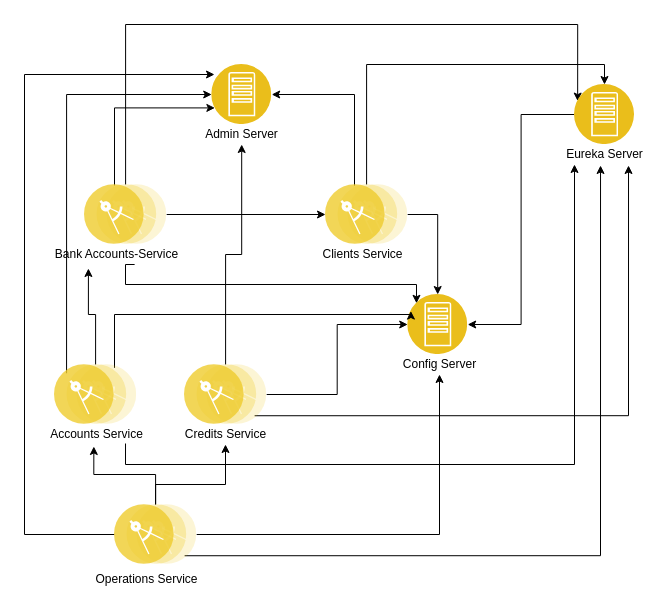
Earlier version of the draw.io diagram SolutionDiagram.drawio (DDMonzonUrrutia/bancking-diagrams). Source tidied: cells renumbered, new cells numbered last; positions are measured from the earlier drawing's top-left corner, leaving out a move shared by most shapes. Both pictures are drawn from the tidied source at 100%, with x=0, y=0 at pixel (24, 24).
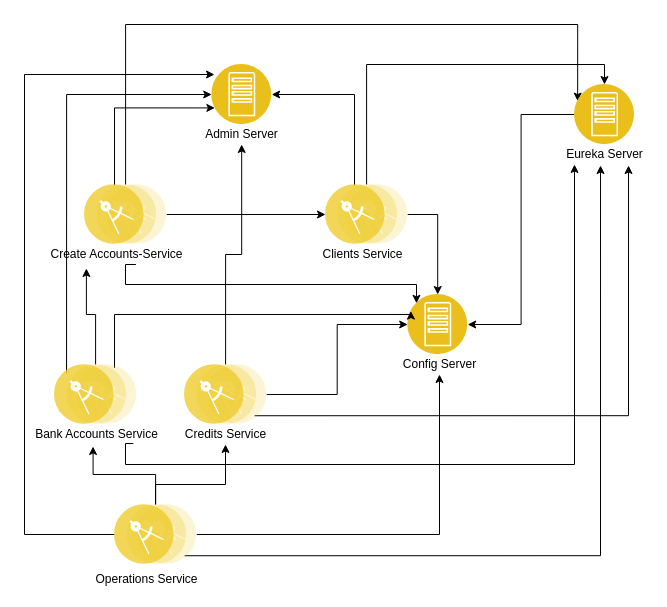
The same diagram, later.

Diff of the diagram source:
```diff
@@
-    <mxCell id="33" value="Bank Accounts-Service" style="text;html=1;align=center;verticalAlign=middle;points=[];strokeColor=none;" parent="1" vertex="1">
-      <mxGeometry x="22.2" y="220" width="140" height="20" as="geometry" />
+    <mxCell id="33" value="Create Accounts-Service" style="text;html=1;align=center;verticalAlign=middle;points=[];strokeColor=none;" parent="1" vertex="1">
+      <mxGeometry x="17.2" y="220" width="150" height="20" as="geometry" />
     </mxCell>
@@
-    <mxCell id="36" value="Accounts Service" style="text;html=1;align=center;verticalAlign=middle;points=[];strokeColor=none;" parent="1" vertex="1">
-      <mxGeometry x="17.2" y="400" width="110" height="20" as="geometry" />
+    <mxCell id="36" value="Bank Accounts Service" style="text;html=1;align=center;verticalAlign=middle;points=[];strokeColor=none;" parent="1" vertex="1">
+      <mxGeometry x="2.2" y="400" width="140" height="20" as="geometry" />
     </mxCell>
```
